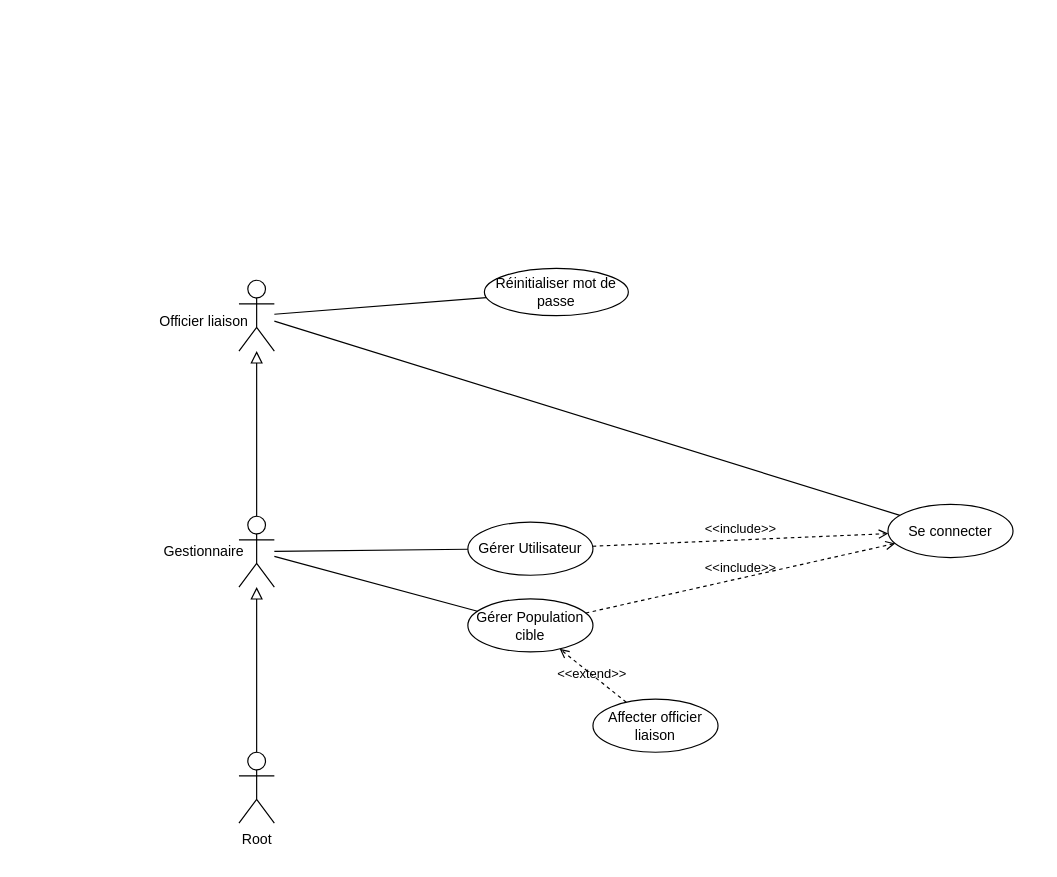
Earlier version of the draw.io diagram page "DCU-1" (1 of 2) of Diagramme COCAN.drawio (kbvac/Diagramme-UML). Source tidied: cells renumbered, new cells numbered last; positions are measured from the earlier drawing's top-left corner, leaving out a move shared by most shapes. Both pictures are drawn from the tidied source at 118%, with x=0, y=0 at pixel (144, 268).
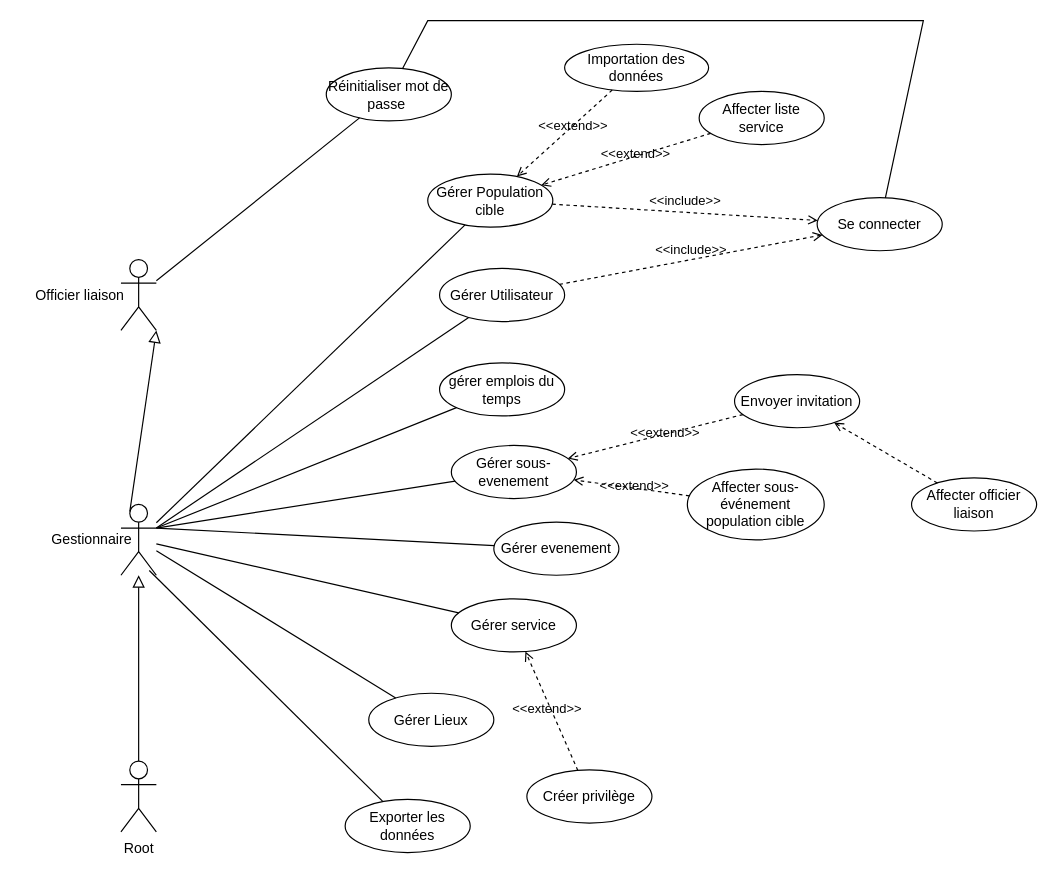
The same page after the edit.

Commit message (it also covers changes not shown here):
Mettre à jour Diagramme COCAN.drawio

The edit, as a diff of the source:
```diff
@@
     <mxCell id="2" style="shape=umlActor;verticalLabelPosition=bottom;verticalAlign=top;html=1;" parent="1" vertex="1">
-      <mxGeometry x="80" y="210" width="30" height="60" as="geometry" />
+      <mxGeometry x="-20" y="200" width="30" height="60" as="geometry" />
     </mxCell>
     <mxCell id="3" value="Root" style="shape=umlActor;verticalLabelPosition=bottom;verticalAlign=top;html=1;" parent="1" vertex="1">
-      <mxGeometry x="80" y="410" width="30" height="60" as="geometry" />
+      <mxGeometry x="-20" y="417.5" width="30" height="60" as="geometry" />
     </mxCell>
@@
     <mxCell id="6" value="Gestionnaire" style="text;html=1;align=center;verticalAlign=middle;strokeColor=none;fillColor=none;" parent="1" vertex="1">
-      <mxGeometry x="5" y="225" width="90" height="30" as="geometry" />
+      <mxGeometry x="-90" y="215" width="90" height="30" as="geometry" />
     </mxCell>
-    <mxCell id="7" style="shape=umlActor;verticalLabelPosition=bottom;verticalAlign=top;html=1;" parent="1" vertex="1">
-      <mxGeometry x="80" y="10" width="30" height="60" as="geometry" />
-    </mxCell>
-    <mxCell id="8" value="Officier liaison" style="text;html=1;align=center;verticalAlign=middle;strokeColor=none;fillColor=none;" parent="1" vertex="1">
-      <mxGeometry y="30" width="100" height="30" as="geometry" />
-    </mxCell>
-    <mxCell id="9" style="endArrow=block;html=1;rounded=0;align=center;verticalAlign=bottom;endFill=0;labelBackgroundColor=none;endSize=8;" parent="1" edge="1" source="2" target="7">
-      <mxGeometry relative="1" as="geometry" />
-    </mxCell>
-    <mxCell id="10" style="html=1;align=center;verticalAlign=top;labelBackgroundColor=none;" parent="9" vertex="1">
-      <mxGeometry relative="1" as="geometry" />
-    </mxCell>
     <mxCell id="11" value="Gérer Utilisateur" style="ellipse;whiteSpace=wrap;html=1;" parent="1" vertex="1">
-      <mxGeometry x="274" y="215" width="106" height="45" as="geometry" />
+      <mxGeometry x="250" width="106" height="45" as="geometry" />
     </mxCell>
@@
     <mxCell id="13" value="Gérer Population cible" style="ellipse;whiteSpace=wrap;html=1;" parent="1" vertex="1">
-      <mxGeometry x="274" y="280" width="106" height="45" as="geometry" />
+      <mxGeometry x="240" y="-80" width="106" height="45" as="geometry" />
     </mxCell>
@@
     <mxCell id="15" value="Affecter officier liaison" style="ellipse;whiteSpace=wrap;html=1;" parent="1" vertex="1">
-      <mxGeometry x="380" y="365" width="106" height="45" as="geometry" />
+      <mxGeometry x="650" y="177.5" width="106" height="45" as="geometry" />
     </mxCell>
     <mxCell id="16" value="Se connecter" style="ellipse;whiteSpace=wrap;html=1;" parent="1" vertex="1">
-      <mxGeometry x="630" y="200" width="106" height="45" as="geometry" />
+      <mxGeometry x="570" y="-60" width="106" height="45" as="geometry" />
     </mxCell>
-    <mxCell id="17" value="&amp;lt;&amp;lt;extend&amp;gt;&amp;gt;" style="html=1;verticalAlign=bottom;labelBackgroundColor=none;endArrow=open;endFill=0;dashed=1;rounded=0;" parent="1" edge="1" source="15" target="13">
-      <mxGeometry x="-0.08" y="6" relative="1" as="geometry">
-        <mxPoint y="1" as="offset" />
-      </mxGeometry>
-    </mxCell>
@@
-    <mxCell id="20" style="endArrow=none;startArrow=none;endFill=0;startFill=0;endSize=8;html=1;verticalAlign=bottom;labelBackgroundColor=none;strokeWidth=1;rounded=0;" parent="1" edge="1" source="7" target="16">
-      <mxGeometry relative="1" as="geometry" />
-    </mxCell>
+    <mxCell id="23" value="Importation des données" style="ellipse;whiteSpace=wrap;html=1;" parent="1" vertex="1">
+      <mxGeometry x="356" y="-190" width="122" height="40" as="geometry" />
+    </mxCell>
+    <mxCell id="24" value="&amp;lt;&amp;lt;extend&amp;gt;&amp;gt;" style="html=1;verticalAlign=bottom;labelBackgroundColor=none;endArrow=open;endFill=0;dashed=1;rounded=0;" parent="1" edge="1" source="23" target="13">
+      <mxGeometry x="-0.08" y="6" relative="1" as="geometry">
+        <mxPoint y="1" as="offset" />
+      </mxGeometry>
+    </mxCell>
+    <mxCell id="25" value="Gérer Lieux" style="ellipse;whiteSpace=wrap;html=1;" parent="1" vertex="1">
+      <mxGeometry x="190" y="360" width="106" height="45" as="geometry" />
+    </mxCell>
+    <mxCell id="26" style="endArrow=none;startArrow=none;endFill=0;startFill=0;endSize=8;html=1;verticalAlign=bottom;labelBackgroundColor=none;strokeWidth=1;rounded=0;" parent="1" edge="1" source="2" target="25">
+      <mxGeometry relative="1" as="geometry" />
+    </mxCell>
+    <mxCell id="27" value="Affecter liste service" style="ellipse;whiteSpace=wrap;html=1;" parent="1" vertex="1">
+      <mxGeometry x="470" y="-150" width="106" height="45" as="geometry" />
+    </mxCell>
+    <mxCell id="28" value="&amp;lt;&amp;lt;extend&amp;gt;&amp;gt;" style="html=1;verticalAlign=bottom;labelBackgroundColor=none;endArrow=open;endFill=0;dashed=1;rounded=0;" parent="1" edge="1" source="27" target="13">
+      <mxGeometry x="-0.08" y="6" relative="1" as="geometry">
+        <mxPoint y="1" as="offset" />
+      </mxGeometry>
+    </mxCell>
+    <mxCell id="29" value="Gérer service" style="ellipse;whiteSpace=wrap;html=1;" parent="1" vertex="1">
+      <mxGeometry x="260" y="280" width="106" height="45" as="geometry" />
+    </mxCell>
+    <mxCell id="30" style="endArrow=none;startArrow=none;endFill=0;startFill=0;endSize=8;html=1;verticalAlign=bottom;labelBackgroundColor=none;strokeWidth=1;rounded=0;" parent="1" edge="1" source="2" target="29">
+      <mxGeometry relative="1" as="geometry" />
+    </mxCell>
+    <mxCell id="31" value="Créer privilège" style="ellipse;whiteSpace=wrap;html=1;" parent="1" vertex="1">
+      <mxGeometry x="324" y="425" width="106" height="45" as="geometry" />
+    </mxCell>
+    <mxCell id="32" value="&amp;lt;&amp;lt;extend&amp;gt;&amp;gt;" style="html=1;verticalAlign=bottom;labelBackgroundColor=none;endArrow=open;endFill=0;dashed=1;rounded=0;" parent="1" edge="1" source="31" target="29">
+      <mxGeometry x="-0.08" y="6" relative="1" as="geometry">
+        <mxPoint y="1" as="offset" />
+      </mxGeometry>
+    </mxCell>
+    <mxCell id="33" value="Gérer sous-evenement" style="ellipse;whiteSpace=wrap;html=1;" parent="1" vertex="1">
+      <mxGeometry x="260" y="150" width="106" height="45" as="geometry" />
+    </mxCell>
+    <mxCell id="34" style="endArrow=none;startArrow=none;endFill=0;startFill=0;endSize=8;html=1;verticalAlign=bottom;labelBackgroundColor=none;strokeWidth=1;rounded=0;exitX=1;exitY=0.3333333333333333;exitDx=0;exitDy=0;exitPerimeter=0;" parent="1" edge="1" source="2" target="33">
+      <mxGeometry relative="1" as="geometry" />
+    </mxCell>
+    <mxCell id="35" value="Gérer evenement" style="ellipse;whiteSpace=wrap;html=1;" parent="1" vertex="1">
+      <mxGeometry x="296" y="215" width="106" height="45" as="geometry" />
+    </mxCell>
+    <mxCell id="36" style="endArrow=none;startArrow=none;endFill=0;startFill=0;endSize=8;html=1;verticalAlign=bottom;labelBackgroundColor=none;strokeWidth=1;rounded=0;exitX=1;exitY=0.3333333333333333;exitDx=0;exitDy=0;exitPerimeter=0;" parent="1" edge="1" source="2" target="35">
+      <mxGeometry relative="1" as="geometry" />
+    </mxCell>
+    <mxCell id="37" value="Exporter les données" style="ellipse;whiteSpace=wrap;html=1;" parent="1" vertex="1">
+      <mxGeometry x="170" y="450" width="106" height="45" as="geometry" />
+    </mxCell>
+    <mxCell id="38" style="endArrow=none;startArrow=none;endFill=0;startFill=0;endSize=8;html=1;verticalAlign=bottom;labelBackgroundColor=none;strokeWidth=1;rounded=0;exitX=0.8;exitY=0.933;exitDx=0;exitDy=0;exitPerimeter=0;" parent="1" edge="1" source="2" target="37">
+      <mxGeometry relative="1" as="geometry" />
+    </mxCell>
+    <mxCell id="39" value="&amp;lt;&amp;lt;extend&amp;gt;&amp;gt;" style="html=1;verticalAlign=bottom;labelBackgroundColor=none;endArrow=open;endFill=0;dashed=1;rounded=0;" parent="1" edge="1" source="49" target="33">
+      <mxGeometry x="-0.08" y="6" relative="1" as="geometry">
+        <mxPoint y="1" as="offset" />
+      </mxGeometry>
+    </mxCell>
+    <mxCell id="40" value="Affecter sous-événement population cible" style="ellipse;whiteSpace=wrap;html=1;" parent="1" vertex="1">
+      <mxGeometry x="460" y="170" width="116" height="60" as="geometry" />
+    </mxCell>
+    <mxCell id="41" value="&amp;lt;&amp;lt;extend&amp;gt;&amp;gt;" style="html=1;verticalAlign=bottom;labelBackgroundColor=none;endArrow=open;endFill=0;dashed=1;rounded=0;" parent="1" edge="1" source="40" target="33">
+      <mxGeometry x="-0.08" y="6" relative="1" as="geometry">
+        <mxPoint y="1" as="offset" />
+      </mxGeometry>
+    </mxCell>
+    <mxCell id="42" value="gérer emplois du temps" style="ellipse;whiteSpace=wrap;html=1;" parent="1" vertex="1">
+      <mxGeometry x="250" y="80" width="106" height="45" as="geometry" />
+    </mxCell>
+    <mxCell id="43" style="endArrow=none;startArrow=none;endFill=0;startFill=0;endSize=8;html=1;verticalAlign=bottom;labelBackgroundColor=none;strokeWidth=1;rounded=0;exitX=1;exitY=0.3333333333333333;exitDx=0;exitDy=0;exitPerimeter=0;" parent="1" edge="1" source="2" target="42">
+      <mxGeometry relative="1" as="geometry" />
+    </mxCell>
+    <mxCell id="44" style="shape=umlActor;verticalLabelPosition=bottom;verticalAlign=top;html=1;" parent="1" vertex="1">
+      <mxGeometry x="-20" y="-7.5" width="30" height="60" as="geometry" />
+    </mxCell>
+    <mxCell id="8" value="Officier liaison" style="text;html=1;align=center;verticalAlign=middle;strokeColor=none;fillColor=none;" parent="1" vertex="1">
+      <mxGeometry x="-105" y="7.5" width="100" height="30" as="geometry" />
+    </mxCell>
+    <mxCell id="45" style="endArrow=block;html=1;rounded=0;align=center;verticalAlign=bottom;endFill=0;labelBackgroundColor=none;endSize=8;exitX=0.25;exitY=0.1;exitDx=0;exitDy=0;exitPerimeter=0;entryX=1;entryY=1;entryDx=0;entryDy=0;entryPerimeter=0;" parent="1" edge="1" source="2" target="44">
+      <mxGeometry relative="1" as="geometry" />
+    </mxCell>
+    <mxCell id="46" style="html=1;align=center;verticalAlign=top;labelBackgroundColor=none;" parent="45" vertex="1">
+      <mxGeometry relative="1" as="geometry" />
+    </mxCell>
-    <mxCell id="21" value="Réinitialiser mot de passe" style="ellipse;whiteSpace=wrap;html=1;" parent="1" vertex="1">
-      <mxGeometry x="288" width="122" height="40" as="geometry" />
+    <mxCell id="21" value="Réinitialiser mot de passe&amp;nbsp;" style="ellipse;whiteSpace=wrap;html=1;" parent="1" vertex="1">
+      <mxGeometry x="154" y="-170" width="106" height="45" as="geometry" />
     </mxCell>
-    <mxCell id="22" style="endArrow=none;startArrow=none;endFill=0;startFill=0;endSize=8;html=1;verticalAlign=bottom;labelBackgroundColor=none;strokeWidth=1;rounded=0;" parent="1" edge="1" source="7" target="21">
-      <mxGeometry relative="1" as="geometry" />
-    </mxCell>
+    <mxCell id="47" style="endArrow=none;startArrow=none;endFill=0;startFill=0;endSize=8;html=1;verticalAlign=bottom;labelBackgroundColor=none;strokeWidth=1;rounded=0;" parent="1" edge="1" source="44" target="21">
+      <mxGeometry relative="1" as="geometry" />
+    </mxCell>
+    <mxCell id="48" style="html=1;verticalAlign=bottom;labelBackgroundColor=none;endArrow=open;endFill=0;dashed=1;rounded=0;" parent="1" edge="1" source="15" target="49">
+      <mxGeometry x="-0.08" y="6" relative="1" as="geometry">
+        <mxPoint y="1" as="offset" />
+      </mxGeometry>
+    </mxCell>
+    <mxCell id="49" value="Envoyer invitation" style="ellipse;whiteSpace=wrap;html=1;" parent="1" vertex="1">
+      <mxGeometry x="500" y="90" width="106" height="45" as="geometry" />
+    </mxCell>
+    <mxCell id="50" style="endArrow=none;startArrow=none;endFill=0;startFill=0;endSize=8;html=1;verticalAlign=bottom;labelBackgroundColor=none;strokeWidth=1;rounded=0;" parent="1" edge="1" source="21" target="16">
+      <mxGeometry relative="1" as="geometry">
+        <Array as="points">
+          <mxPoint x="240" y="-210" />
+          <mxPoint x="660" y="-210" />
+        </Array>
+      </mxGeometry>
+    </mxCell>
```
